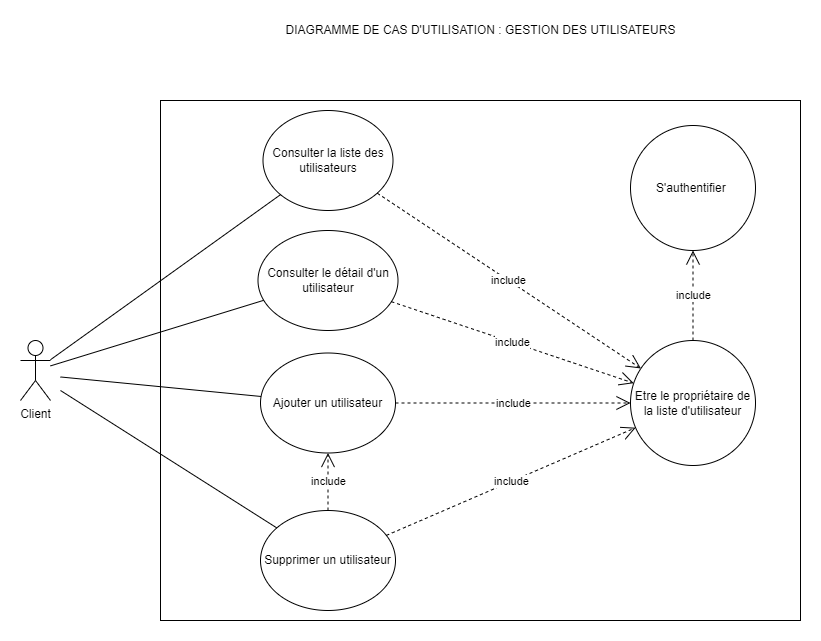
Above: Diagrams/UseCase users.png in Pierre-Ka/API-OP7 (draw.io), before the change. Source tidied: cells renumbered, new cells last; positions are measured from the earlier drawing's top-left corner, leaving out a move shared by most shapes. The source it was exported from:
```xml
<mxGraphModel>
  <root>
    <mxCell id="0" />
    <mxCell id="1" parent="0" />
    <mxCell id="2" style="rounded=0;whiteSpace=wrap;html=1;" parent="1" vertex="1">
      <mxGeometry x="140" y="80" width="640" height="520" as="geometry" />
    </mxCell>
    <mxCell id="3" value="Client" style="shape=umlActor;verticalLabelPosition=bottom;verticalAlign=top;html=1;outlineConnect=0;" parent="1" vertex="1">
      <mxGeometry y="320" width="30" height="60" as="geometry" />
    </mxCell>
    <mxCell id="4" value="&lt;span&gt;Consulter le détail d'un utilisateur&lt;/span&gt;" style="ellipse;whiteSpace=wrap;html=1;" parent="1" vertex="1">
      <mxGeometry x="237.5" y="210" width="140" height="100" as="geometry" />
    </mxCell>
    <mxCell id="5" value="Consulter la liste des utilisateurs" style="ellipse;whiteSpace=wrap;html=1;" parent="1" vertex="1">
      <mxGeometry x="242.5" y="90" width="130" height="100" as="geometry" />
    </mxCell>
    <mxCell id="6" value="Etre le propriétaire de la liste d'utilisateur" style="ellipse;whiteSpace=wrap;html=1;" parent="1" vertex="1">
      <mxGeometry x="610" y="320" width="125" height="125" as="geometry" />
    </mxCell>
    <mxCell id="7" value="include" style="endArrow=open;endSize=12;dashed=1;html=1;rounded=0;" parent="1" edge="1" source="5" target="6">
      <mxGeometry relative="1" as="geometry" />
    </mxCell>
    <mxCell id="8" value="include" style="endArrow=open;endSize=12;dashed=1;html=1;rounded=0;" parent="1" edge="1" source="4" target="6">
      <mxGeometry relative="1" as="geometry" />
    </mxCell>
    <mxCell id="9" style="endArrow=none;html=1;rounded=0;" parent="1" edge="1" source="3" target="5">
      <mxGeometry relative="1" as="geometry" />
    </mxCell>
    <mxCell id="10" style="endArrow=none;html=1;rounded=0;" parent="1" edge="1" source="3" target="4">
      <mxGeometry relative="1" as="geometry" />
    </mxCell>
    <mxCell id="11" value="DIAGRAMME DE CAS D'UTILISATION : GESTION DES UTILISATEURS" style="text;html=1;align=center;verticalAlign=middle;strokeColor=none;fillColor=none;" parent="1" vertex="1">
      <mxGeometry x="255" width="410" height="20" as="geometry" />
    </mxCell>
    <mxCell id="12" value="&lt;span&gt;Ajouter un utilisateur&lt;/span&gt;" style="ellipse;whiteSpace=wrap;html=1;" parent="1" vertex="1">
      <mxGeometry x="240" y="332.5" width="135" height="100" as="geometry" />
    </mxCell>
    <mxCell id="13" value="&lt;span&gt;Supprimer un utilisateur&lt;/span&gt;" style="ellipse;whiteSpace=wrap;html=1;" parent="1" vertex="1">
      <mxGeometry x="240" y="490" width="135" height="100" as="geometry" />
    </mxCell>
    <mxCell id="14" style="endArrow=none;html=1;rounded=0;" parent="1" edge="1" target="12">
      <mxGeometry relative="1" as="geometry">
        <mxPoint x="40" y="356.5" as="sourcePoint" />
      </mxGeometry>
    </mxCell>
    <mxCell id="15" style="endArrow=none;html=1;rounded=0;" parent="1" edge="1" target="13">
      <mxGeometry relative="1" as="geometry">
        <mxPoint x="40" y="370" as="sourcePoint" />
      </mxGeometry>
    </mxCell>
    <mxCell id="16" value="include" style="endArrow=open;endSize=12;dashed=1;html=1;rounded=0;" parent="1" edge="1" source="12" target="6">
      <mxGeometry relative="1" as="geometry" />
    </mxCell>
    <mxCell id="17" value="include" style="endArrow=open;endSize=12;dashed=1;html=1;rounded=0;" parent="1" edge="1" source="13" target="6">
      <mxGeometry relative="1" as="geometry" />
    </mxCell>
    <mxCell id="18" value="S'authentifier&amp;nbsp;" style="ellipse;whiteSpace=wrap;html=1;" parent="1" vertex="1">
      <mxGeometry x="610" y="105" width="125" height="125" as="geometry" />
    </mxCell>
    <mxCell id="19" value="include" style="endArrow=open;endSize=12;dashed=1;html=1;rounded=0;" parent="1" edge="1" source="6" target="18">
      <mxGeometry relative="1" as="geometry" />
    </mxCell>
    <mxCell id="20" value="include" style="endArrow=open;endSize=12;dashed=1;html=1;rounded=0;" parent="1" edge="1" source="13" target="12">
      <mxGeometry relative="1" as="geometry" />
    </mxCell>
  </root>
</mxGraphModel>
```
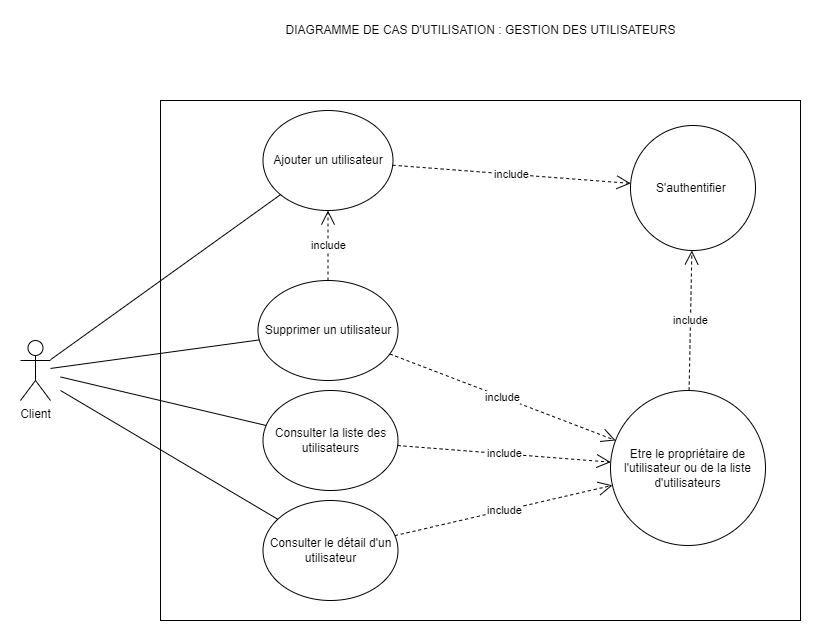
The same file after the commit.

Diff of the diagram source:
```diff
@@ -8,16 +8,16 @@
     <mxCell id="3" value="Client" style="shape=umlActor;verticalLabelPosition=bottom;verticalAlign=top;html=1;outlineConnect=0;" parent="1" vertex="1">
       <mxGeometry y="320" width="30" height="60" as="geometry" />
     </mxCell>
-    <mxCell id="4" value="&lt;span&gt;Consulter le détail d'un utilisateur&lt;/span&gt;" style="ellipse;whiteSpace=wrap;html=1;" parent="1" vertex="1">
-      <mxGeometry x="237.5" y="210" width="140" height="100" as="geometry" />
+    <mxCell id="4" value="Supprimer un utilisateu&lt;span&gt;r&lt;/span&gt;" style="ellipse;whiteSpace=wrap;html=1;" parent="1" vertex="1">
+      <mxGeometry x="237.5" y="260" width="140" height="100" as="geometry" />
     </mxCell>
-    <mxCell id="5" value="Consulter la liste des utilisateurs" style="ellipse;whiteSpace=wrap;html=1;" parent="1" vertex="1">
+    <mxCell id="5" value="Ajouter un utilisateur" style="ellipse;whiteSpace=wrap;html=1;" parent="1" vertex="1">
       <mxGeometry x="242.5" y="90" width="130" height="100" as="geometry" />
     </mxCell>
-    <mxCell id="6" value="Etre le propriétaire de la liste d'utilisateur" style="ellipse;whiteSpace=wrap;html=1;" parent="1" vertex="1">
-      <mxGeometry x="610" y="320" width="125" height="125" as="geometry" />
+    <mxCell id="6" value="Etre le propriétaire de l'utilisateur ou de la liste d'utilisateurs" style="ellipse;whiteSpace=wrap;html=1;" parent="1" vertex="1">
+      <mxGeometry x="590" y="370" width="155" height="155" as="geometry" />
     </mxCell>
-    <mxCell id="7" value="include" style="endArrow=open;endSize=12;dashed=1;html=1;rounded=0;" parent="1" edge="1" source="5" target="6">
+    <mxCell id="7" value="include" style="endArrow=open;endSize=12;dashed=1;html=1;rounded=0;" parent="1" edge="1" source="5" target="18">
       <mxGeometry relative="1" as="geometry" />
     </mxCell>
     <mxCell id="8" value="include" style="endArrow=open;endSize=12;dashed=1;html=1;rounded=0;" parent="1" edge="1" source="4" target="6">
@@ -32,11 +32,11 @@
     <mxCell id="11" value="DIAGRAMME DE CAS D'UTILISATION : GESTION DES UTILISATEURS" style="text;html=1;align=center;verticalAlign=middle;strokeColor=none;fillColor=none;" parent="1" vertex="1">
       <mxGeometry x="255" width="410" height="20" as="geometry" />
     </mxCell>
-    <mxCell id="12" value="&lt;span&gt;Ajouter un utilisateur&lt;/span&gt;" style="ellipse;whiteSpace=wrap;html=1;" parent="1" vertex="1">
-      <mxGeometry x="240" y="332.5" width="135" height="100" as="geometry" />
+    <mxCell id="12" value="Consulter la liste des utilisateurs" style="ellipse;whiteSpace=wrap;html=1;" parent="1" vertex="1">
+      <mxGeometry x="242.5" y="370" width="135" height="100" as="geometry" />
     </mxCell>
-    <mxCell id="13" value="&lt;span&gt;Supprimer un utilisateur&lt;/span&gt;" style="ellipse;whiteSpace=wrap;html=1;" parent="1" vertex="1">
-      <mxGeometry x="240" y="490" width="135" height="100" as="geometry" />
+    <mxCell id="13" value="Consulter le détail d'un utilisateur" style="ellipse;whiteSpace=wrap;html=1;" parent="1" vertex="1">
+      <mxGeometry x="242.5" y="480" width="135" height="100" as="geometry" />
     </mxCell>
     <mxCell id="14" style="endArrow=none;html=1;rounded=0;" parent="1" edge="1" target="12">
       <mxGeometry relative="1" as="geometry">
@@ -60,7 +60,7 @@
     <mxCell id="19" value="include" style="endArrow=open;endSize=12;dashed=1;html=1;rounded=0;" parent="1" edge="1" source="6" target="18">
       <mxGeometry relative="1" as="geometry" />
     </mxCell>
-    <mxCell id="20" value="include" style="endArrow=open;endSize=12;dashed=1;html=1;rounded=0;" parent="1" edge="1" source="13" target="12">
+    <mxCell id="20" value="include" style="endArrow=open;endSize=12;dashed=1;html=1;rounded=0;" parent="1" edge="1" source="4" target="5">
       <mxGeometry relative="1" as="geometry" />
     </mxCell>
   </root>
```
